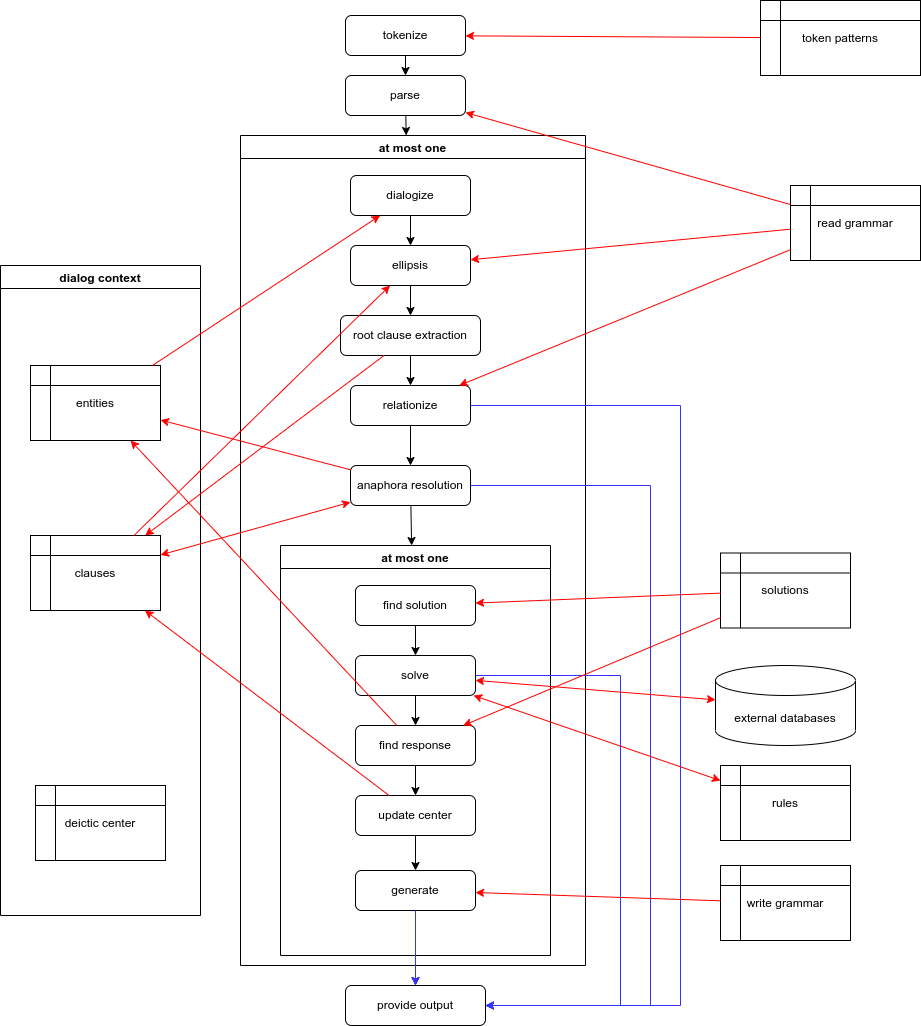
garfix/nli-go keeps this draw.io diagram as doc/diagram/system1.drawio.png. Above is the earlier version. Source tidied: cells renumbered, new cells last; positions are measured from the earlier drawing's top-left corner, leaving out a move shared by most shapes. The source it was exported from:
```xml
<mxGraphModel>
  <root>
    <mxCell id="0" />
    <mxCell id="1" parent="0" />
    <mxCell id="2" value="tokenize" style="rounded=1;whiteSpace=wrap;html=1;fontSize=12;glass=0;strokeWidth=1;shadow=0;" parent="1" vertex="1">
      <mxGeometry x="345" y="15" width="120" height="40" as="geometry" />
    </mxCell>
    <mxCell id="3" value="parse" style="rounded=1;whiteSpace=wrap;html=1;fontSize=12;glass=0;strokeWidth=1;shadow=0;" parent="1" vertex="1">
      <mxGeometry x="345" y="75" width="120" height="40" as="geometry" />
    </mxCell>
    <mxCell id="4" style="endArrow=classic;html=1;rounded=0;" parent="1" edge="1" source="2" target="3">
      <mxGeometry relative="1" as="geometry" />
    </mxCell>
    <mxCell id="5" value="at most one" style="swimlane;" parent="1" vertex="1">
      <mxGeometry x="240" y="135" width="345" height="830" as="geometry" />
    </mxCell>
    <mxCell id="6" value="dialogize" style="rounded=1;whiteSpace=wrap;html=1;fontSize=12;glass=0;strokeWidth=1;shadow=0;" parent="5" vertex="1">
      <mxGeometry x="110" y="40" width="120" height="40" as="geometry" />
    </mxCell>
    <mxCell id="7" value="ellipsis" style="rounded=1;whiteSpace=wrap;html=1;fontSize=12;glass=0;strokeWidth=1;shadow=0;" parent="5" vertex="1">
      <mxGeometry x="110" y="110" width="120" height="40" as="geometry" />
    </mxCell>
    <mxCell id="8" value="root clause extraction" style="rounded=1;whiteSpace=wrap;html=1;fontSize=12;glass=0;strokeWidth=1;shadow=0;" parent="5" vertex="1">
      <mxGeometry x="100" y="180" width="140" height="40" as="geometry" />
    </mxCell>
    <mxCell id="9" style="endArrow=classic;html=1;rounded=0;" parent="5" edge="1" source="6" target="7">
      <mxGeometry relative="1" as="geometry" />
    </mxCell>
    <mxCell id="10" style="endArrow=classic;html=1;rounded=0;" parent="5" edge="1" source="7" target="8">
      <mxGeometry relative="1" as="geometry" />
    </mxCell>
    <mxCell id="11" value="relationize" style="rounded=1;whiteSpace=wrap;html=1;" parent="5" vertex="1">
      <mxGeometry x="110" y="250" width="120" height="40" as="geometry" />
    </mxCell>
    <mxCell id="12" style="endArrow=classic;html=1;rounded=0;" parent="5" edge="1" source="8" target="11">
      <mxGeometry relative="1" as="geometry" />
    </mxCell>
    <mxCell id="13" value="anaphora resolution" style="rounded=1;whiteSpace=wrap;html=1;" parent="5" vertex="1">
      <mxGeometry x="110" y="330" width="120" height="40" as="geometry" />
    </mxCell>
    <mxCell id="14" style="endArrow=classic;html=1;rounded=0;" parent="5" edge="1" source="11" target="13">
      <mxGeometry relative="1" as="geometry" />
    </mxCell>
    <mxCell id="15" value="at most one" style="swimlane;" parent="5" vertex="1">
      <mxGeometry x="40" y="410" width="270" height="410" as="geometry" />
    </mxCell>
    <mxCell id="16" value="find solution" style="rounded=1;whiteSpace=wrap;html=1;" parent="15" vertex="1">
      <mxGeometry x="75" y="40" width="120" height="40" as="geometry" />
    </mxCell>
    <mxCell id="17" value="solve" style="rounded=1;whiteSpace=wrap;html=1;" parent="15" vertex="1">
      <mxGeometry x="75" y="110" width="120" height="40" as="geometry" />
    </mxCell>
    <mxCell id="18" style="endArrow=classic;html=1;rounded=0;" parent="15" edge="1" source="16" target="17">
      <mxGeometry relative="1" as="geometry" />
    </mxCell>
    <mxCell id="19" value="find response" style="rounded=1;whiteSpace=wrap;html=1;" parent="15" vertex="1">
      <mxGeometry x="75" y="180" width="120" height="40" as="geometry" />
    </mxCell>
    <mxCell id="20" value="generate" style="rounded=1;whiteSpace=wrap;html=1;" parent="15" vertex="1">
      <mxGeometry x="75" y="325" width="120" height="40" as="geometry" />
    </mxCell>
    <mxCell id="21" style="endArrow=classic;html=1;rounded=0;" parent="15" edge="1" source="17" target="19">
      <mxGeometry relative="1" as="geometry" />
    </mxCell>
    <mxCell id="22" style="endArrow=classic;html=1;rounded=0;" parent="15" edge="1" source="23" target="20">
      <mxGeometry relative="1" as="geometry" />
    </mxCell>
    <mxCell id="23" value="update center" style="rounded=1;whiteSpace=wrap;html=1;" parent="15" vertex="1">
      <mxGeometry x="75" y="250" width="120" height="40" as="geometry" />
    </mxCell>
    <mxCell id="24" style="endArrow=classic;html=1;rounded=0;entryX=0.5;entryY=0;entryDx=0;entryDy=0;" parent="15" edge="1" source="19" target="23">
      <mxGeometry relative="1" as="geometry" />
    </mxCell>
    <mxCell id="25" style="endArrow=classic;html=1;rounded=0;" parent="5" edge="1" source="13" target="15">
      <mxGeometry relative="1" as="geometry" />
    </mxCell>
    <mxCell id="26" style="endArrow=classic;html=1;rounded=0;" parent="1" edge="1" source="3" target="5">
      <mxGeometry relative="1" as="geometry" />
    </mxCell>
    <mxCell id="27" value="provide output" style="rounded=1;whiteSpace=wrap;html=1;fontSize=12;glass=0;strokeWidth=1;shadow=0;" parent="1" vertex="1">
      <mxGeometry x="345" y="985" width="140" height="40" as="geometry" />
    </mxCell>
    <mxCell id="28" style="edgeStyle=elbowEdgeStyle;elbow=horizontal;endArrow=classic;html=1;rounded=0;strokeColor=#3333FF;" parent="1" edge="1" source="11" target="27">
      <mxGeometry relative="1" as="geometry">
        <Array as="points">
          <mxPoint x="680" y="715" />
        </Array>
      </mxGeometry>
    </mxCell>
    <mxCell id="29" style="edgeStyle=elbowEdgeStyle;elbow=horizontal;endArrow=classic;html=1;rounded=0;strokeColor=#3333FF;" parent="1" edge="1" source="13" target="27">
      <mxGeometry relative="1" as="geometry">
        <Array as="points">
          <mxPoint x="650" y="765" />
        </Array>
      </mxGeometry>
    </mxCell>
    <mxCell id="30" style="endArrow=classic;html=1;rounded=0;" parent="1" edge="1" target="27">
      <mxGeometry relative="1" as="geometry">
        <mxPoint x="415" y="945" as="sourcePoint" />
      </mxGeometry>
    </mxCell>
    <mxCell id="31" style="edgeStyle=orthogonalEdgeStyle;rounded=0;jettySize=auto;html=1;strokeColor=#3333FF;" parent="1" edge="1" source="20" target="27">
      <mxGeometry relative="1" as="geometry" />
    </mxCell>
    <mxCell id="32" style="edgeStyle=elbowEdgeStyle;elbow=horizontal;endArrow=classic;html=1;rounded=0;strokeColor=#3333FF;" parent="1" edge="1" source="17" target="27">
      <mxGeometry relative="1" as="geometry">
        <Array as="points">
          <mxPoint x="620" y="855" />
        </Array>
      </mxGeometry>
    </mxCell>
    <mxCell id="33" value="external databases" style="shape=cylinder3;whiteSpace=wrap;html=1;boundedLbl=1;backgroundOutline=1;size=15;" parent="1" vertex="1">
      <mxGeometry x="715" y="665" width="140" height="80" as="geometry" />
    </mxCell>
    <mxCell id="34" style="endArrow=classic;startArrow=classic;html=1;rounded=0;strokeColor=#FF0000;" parent="1" edge="1" source="33" target="17">
      <mxGeometry relative="1" as="geometry" />
    </mxCell>
    <mxCell id="35" value="solutions" style="shape=internalStorage;whiteSpace=wrap;html=1;backgroundOutline=1;" parent="1" vertex="1">
      <mxGeometry x="720" y="552.5" width="130" height="75" as="geometry" />
    </mxCell>
    <mxCell id="36" style="endArrow=classic;html=1;rounded=0;strokeColor=#FF0000;" parent="1" edge="1" source="35" target="16">
      <mxGeometry relative="1" as="geometry" />
    </mxCell>
    <mxCell id="37" style="endArrow=classic;html=1;rounded=0;strokeColor=#FF0000;" parent="1" edge="1" source="35" target="19">
      <mxGeometry relative="1" as="geometry" />
    </mxCell>
    <mxCell id="38" value="dialog context" style="swimlane;" parent="1" vertex="1">
      <mxGeometry y="265" width="200" height="650" as="geometry" />
    </mxCell>
    <mxCell id="39" value="clauses" style="shape=internalStorage;whiteSpace=wrap;html=1;backgroundOutline=1;" parent="38" vertex="1">
      <mxGeometry x="30" y="270" width="130" height="75" as="geometry" />
    </mxCell>
    <mxCell id="40" value="entities" style="shape=internalStorage;whiteSpace=wrap;html=1;backgroundOutline=1;" parent="38" vertex="1">
      <mxGeometry x="30" y="100" width="130" height="75" as="geometry" />
    </mxCell>
    <mxCell id="41" value="deictic center" style="shape=internalStorage;whiteSpace=wrap;html=1;backgroundOutline=1;" parent="38" vertex="1">
      <mxGeometry x="35" y="520" width="130" height="75" as="geometry" />
    </mxCell>
    <mxCell id="42" style="endArrow=classic;html=1;rounded=0;strokeColor=#FF0000;" parent="1" edge="1" source="8" target="39">
      <mxGeometry relative="1" as="geometry" />
    </mxCell>
    <mxCell id="43" style="endArrow=classic;startArrow=classic;html=1;rounded=0;strokeColor=#FF0000;" parent="1" edge="1" source="13" target="39">
      <mxGeometry relative="1" as="geometry" />
    </mxCell>
    <mxCell id="44" value="write grammar" style="shape=internalStorage;whiteSpace=wrap;html=1;backgroundOutline=1;" parent="1" vertex="1">
      <mxGeometry x="720" y="865" width="130" height="75" as="geometry" />
    </mxCell>
    <mxCell id="45" style="endArrow=classic;html=1;rounded=0;strokeColor=#FF0000;" parent="1" edge="1" source="44" target="20">
      <mxGeometry relative="1" as="geometry" />
    </mxCell>
    <mxCell id="46" value="read grammar" style="shape=internalStorage;whiteSpace=wrap;html=1;backgroundOutline=1;" parent="1" vertex="1">
      <mxGeometry x="790" y="185" width="130" height="75" as="geometry" />
    </mxCell>
    <mxCell id="47" style="endArrow=classic;html=1;rounded=0;strokeColor=#FF0000;" parent="1" edge="1" source="46" target="3">
      <mxGeometry relative="1" as="geometry" />
    </mxCell>
    <mxCell id="48" value="token patterns" style="shape=internalStorage;whiteSpace=wrap;html=1;backgroundOutline=1;" parent="1" vertex="1">
      <mxGeometry x="760" width="160" height="75" as="geometry" />
    </mxCell>
    <mxCell id="49" style="endArrow=classic;html=1;rounded=0;strokeColor=#FF0000;" parent="1" edge="1" source="48" target="2">
      <mxGeometry relative="1" as="geometry" />
    </mxCell>
    <mxCell id="50" style="endArrow=classic;html=1;rounded=0;strokeColor=#FF0000;" parent="1" edge="1" source="46" target="7">
      <mxGeometry relative="1" as="geometry" />
    </mxCell>
    <mxCell id="51" style="endArrow=classic;html=1;rounded=0;strokeColor=#FF0000;" parent="1" edge="1" source="46" target="11">
      <mxGeometry relative="1" as="geometry" />
    </mxCell>
    <mxCell id="52" style="endArrow=classic;html=1;rounded=0;strokeColor=#FF0000;" parent="1" edge="1" source="13" target="40">
      <mxGeometry relative="1" as="geometry" />
    </mxCell>
    <mxCell id="53" style="endArrow=classic;html=1;rounded=0;strokeColor=#FF0000;" parent="1" edge="1" source="23" target="39">
      <mxGeometry relative="1" as="geometry" />
    </mxCell>
    <mxCell id="54" style="endArrow=classic;html=1;rounded=0;strokeColor=#FF0000;" parent="1" edge="1" source="39" target="7">
      <mxGeometry relative="1" as="geometry" />
    </mxCell>
    <mxCell id="55" style="endArrow=classic;html=1;rounded=0;strokeColor=#FF0000;" parent="1" edge="1" source="40" target="6">
      <mxGeometry relative="1" as="geometry" />
    </mxCell>
    <mxCell id="56" style="endArrow=classic;html=1;rounded=0;strokeColor=#FF0000;" parent="1" edge="1" source="19" target="40">
      <mxGeometry relative="1" as="geometry" />
    </mxCell>
    <mxCell id="57" value="rules" style="shape=internalStorage;whiteSpace=wrap;html=1;backgroundOutline=1;" parent="1" vertex="1">
      <mxGeometry x="720" y="765" width="130" height="75" as="geometry" />
    </mxCell>
    <mxCell id="58" style="endArrow=classic;startArrow=classic;html=1;rounded=0;strokeColor=#FF0000;" parent="1" edge="1" source="57" target="17">
      <mxGeometry relative="1" as="geometry" />
    </mxCell>
  </root>
</mxGraphModel>
```
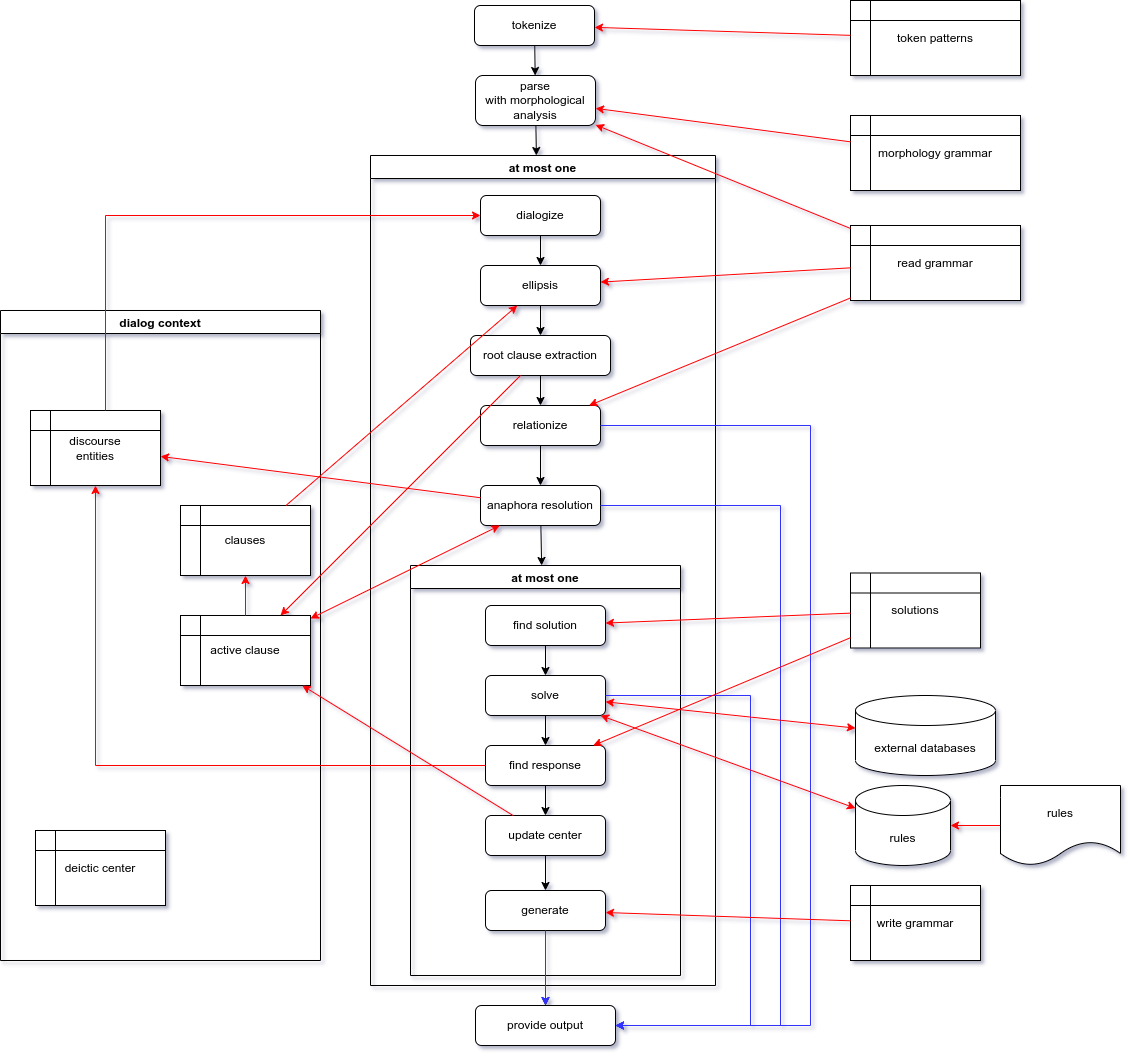
After the commit.

Commit message:
stop writing to the dialog entities while processing the sentence! (it's possible :)

Diff of the diagram source:
```diff
@@ -1,12 +1,12 @@
-<mxGraphModel>
+<mxGraphModel shadow="1">
   <root>
     <mxCell id="0" />
     <mxCell id="1" parent="0" />
     <mxCell id="2" value="tokenize" style="rounded=1;whiteSpace=wrap;html=1;fontSize=12;glass=0;strokeWidth=1;shadow=0;" parent="1" vertex="1">
-      <mxGeometry x="345" y="15" width="120" height="40" as="geometry" />
+      <mxGeometry x="344" y="-15" width="120" height="40" as="geometry" />
     </mxCell>
-    <mxCell id="3" value="parse" style="rounded=1;whiteSpace=wrap;html=1;fontSize=12;glass=0;strokeWidth=1;shadow=0;" parent="1" vertex="1">
-      <mxGeometry x="345" y="75" width="120" height="40" as="geometry" />
+    <mxCell id="3" value="parse&lt;br&gt;with morphological&lt;br&gt;analysis" style="rounded=1;whiteSpace=wrap;html=1;fontSize=12;glass=0;strokeWidth=1;shadow=0;" parent="1" vertex="1">
+      <mxGeometry x="345" y="55" width="120" height="50" as="geometry" />
     </mxCell>
     <mxCell id="4" style="endArrow=classic;html=1;rounded=0;" parent="1" edge="1" source="2" target="3">
       <mxGeometry relative="1" as="geometry" />
@@ -109,8 +109,8 @@
         </Array>
       </mxGeometry>
     </mxCell>
-    <mxCell id="33" value="external databases" style="shape=cylinder3;whiteSpace=wrap;html=1;boundedLbl=1;backgroundOutline=1;size=15;" parent="1" vertex="1">
-      <mxGeometry x="715" y="665" width="140" height="80" as="geometry" />
+    <mxCell id="33" value="rules" style="shape=cylinder3;whiteSpace=wrap;html=1;boundedLbl=1;backgroundOutline=1;size=15;" parent="1" vertex="1">
+      <mxGeometry x="725" y="765" width="95" height="80" as="geometry" />
     </mxCell>
     <mxCell id="34" style="endArrow=classic;startArrow=classic;html=1;rounded=0;strokeColor=#FF0000;" parent="1" edge="1" source="33" target="17">
       <mxGeometry relative="1" as="geometry" />
@@ -125,21 +125,27 @@
       <mxGeometry relative="1" as="geometry" />
     </mxCell>
     <mxCell id="38" value="dialog context" style="swimlane;" parent="1" vertex="1">
-      <mxGeometry y="265" width="200" height="650" as="geometry" />
+      <mxGeometry x="-130" y="290" width="320" height="650" as="geometry" />
     </mxCell>
-    <mxCell id="39" value="clauses" style="shape=internalStorage;whiteSpace=wrap;html=1;backgroundOutline=1;" parent="38" vertex="1">
-      <mxGeometry x="30" y="270" width="130" height="75" as="geometry" />
-    </mxCell>
-    <mxCell id="40" value="entities" style="shape=internalStorage;whiteSpace=wrap;html=1;backgroundOutline=1;" parent="38" vertex="1">
+    <mxCell id="40" value="discourse&lt;br&gt;entities" style="shape=internalStorage;whiteSpace=wrap;html=1;backgroundOutline=1;" parent="38" vertex="1">
       <mxGeometry x="30" y="100" width="130" height="75" as="geometry" />
     </mxCell>
     <mxCell id="41" value="deictic center" style="shape=internalStorage;whiteSpace=wrap;html=1;backgroundOutline=1;" parent="38" vertex="1">
       <mxGeometry x="35" y="520" width="130" height="75" as="geometry" />
     </mxCell>
+    <mxCell id="59" value="active clause" style="shape=internalStorage;whiteSpace=wrap;html=1;backgroundOutline=1;" parent="38" vertex="1">
+      <mxGeometry x="180" y="305" width="130" height="70" as="geometry" />
+    </mxCell>
+    <mxCell id="39" value="clauses" style="shape=internalStorage;whiteSpace=wrap;html=1;backgroundOutline=1;" parent="38" vertex="1">
+      <mxGeometry x="180" y="195" width="130" height="70" as="geometry" />
+    </mxCell>
+    <mxCell id="60" style="edgeStyle=none;rounded=0;jettySize=auto;html=1;strokeColor=#FF0000;" parent="38" edge="1" source="59" target="39">
+      <mxGeometry relative="1" as="geometry" />
+    </mxCell>
-    <mxCell id="42" style="endArrow=classic;html=1;rounded=0;strokeColor=#FF0000;" parent="1" edge="1" source="8" target="39">
+    <mxCell id="42" style="endArrow=classic;html=1;rounded=0;strokeColor=#FF0000;" parent="1" edge="1" source="8" target="59">
       <mxGeometry relative="1" as="geometry" />
     </mxCell>
-    <mxCell id="43" style="endArrow=classic;startArrow=classic;html=1;rounded=0;strokeColor=#FF0000;" parent="1" edge="1" source="13" target="39">
+    <mxCell id="43" style="endArrow=classic;startArrow=classic;html=1;rounded=0;strokeColor=#FF0000;" parent="1" edge="1" source="13" target="59">
       <mxGeometry relative="1" as="geometry" />
     </mxCell>
     <mxCell id="44" value="write grammar" style="shape=internalStorage;whiteSpace=wrap;html=1;backgroundOutline=1;" parent="1" vertex="1">
@@ -149,13 +155,13 @@
       <mxGeometry relative="1" as="geometry" />
     </mxCell>
     <mxCell id="46" value="read grammar" style="shape=internalStorage;whiteSpace=wrap;html=1;backgroundOutline=1;" parent="1" vertex="1">
-      <mxGeometry x="790" y="185" width="130" height="75" as="geometry" />
+      <mxGeometry x="720" y="205" width="170" height="75" as="geometry" />
     </mxCell>
     <mxCell id="47" style="endArrow=classic;html=1;rounded=0;strokeColor=#FF0000;" parent="1" edge="1" source="46" target="3">
       <mxGeometry relative="1" as="geometry" />
     </mxCell>
     <mxCell id="48" value="token patterns" style="shape=internalStorage;whiteSpace=wrap;html=1;backgroundOutline=1;" parent="1" vertex="1">
-      <mxGeometry x="760" width="160" height="75" as="geometry" />
+      <mxGeometry x="720" y="-20" width="170" height="75" as="geometry" />
     </mxCell>
     <mxCell id="49" style="endArrow=classic;html=1;rounded=0;strokeColor=#FF0000;" parent="1" edge="1" source="48" target="2">
       <mxGeometry relative="1" as="geometry" />
@@ -169,23 +175,39 @@
     <mxCell id="52" style="endArrow=classic;html=1;rounded=0;strokeColor=#FF0000;" parent="1" edge="1" source="13" target="40">
       <mxGeometry relative="1" as="geometry" />
     </mxCell>
-    <mxCell id="53" style="endArrow=classic;html=1;rounded=0;strokeColor=#FF0000;" parent="1" edge="1" source="23" target="39">
+    <mxCell id="53" style="endArrow=classic;html=1;rounded=0;strokeColor=#FF0000;" parent="1" edge="1" source="23" target="59">
       <mxGeometry relative="1" as="geometry" />
     </mxCell>
     <mxCell id="54" style="endArrow=classic;html=1;rounded=0;strokeColor=#FF0000;" parent="1" edge="1" source="39" target="7">
       <mxGeometry relative="1" as="geometry" />
     </mxCell>
-    <mxCell id="55" style="endArrow=classic;html=1;rounded=0;strokeColor=#FF0000;" parent="1" edge="1" source="40" target="6">
-      <mxGeometry relative="1" as="geometry" />
+    <mxCell id="55" style="endArrow=classic;html=1;rounded=0;strokeColor=#FF0000;edgeStyle=orthogonalEdgeStyle;" parent="1" edge="1" source="40" target="6">
+      <mxGeometry relative="1" as="geometry">
+        <Array as="points">
+          <mxPoint x="-25" y="195" />
+        </Array>
+      </mxGeometry>
     </mxCell>
+    <mxCell id="61" value="external databases" style="shape=cylinder3;whiteSpace=wrap;html=1;boundedLbl=1;backgroundOutline=1;size=15;" parent="1" vertex="1">
+      <mxGeometry x="725" y="675" width="140" height="80" as="geometry" />
+    </mxCell>
+    <mxCell id="62" style="endArrow=classic;html=1;rounded=0;strokeColor=#FF0000;" parent="1" edge="1" source="57" target="33">
+      <mxGeometry relative="1" as="geometry" />
+    </mxCell>
+    <mxCell id="63" style="endArrow=classic;startArrow=classic;html=1;rounded=0;strokeColor=#FF0000;" parent="1" edge="1" source="61" target="17">
+      <mxGeometry relative="1" as="geometry" />
+    </mxCell>
+    <mxCell id="57" value="rules" style="shape=document;whiteSpace=wrap;html=1;boundedLbl=1;" parent="1" vertex="1">
+      <mxGeometry x="870" y="765" width="120" height="80" as="geometry" />
+    </mxCell>
-    <mxCell id="56" style="endArrow=classic;html=1;rounded=0;strokeColor=#FF0000;" parent="1" edge="1" source="19" target="40">
+    <mxCell id="56" style="endArrow=classic;html=1;rounded=0;strokeColor=#FF0000;edgeStyle=orthogonalEdgeStyle;" parent="1" edge="1" source="19" target="40">
       <mxGeometry relative="1" as="geometry" />
     </mxCell>
-    <mxCell id="57" value="rules" style="shape=internalStorage;whiteSpace=wrap;html=1;backgroundOutline=1;" parent="1" vertex="1">
-      <mxGeometry x="720" y="765" width="130" height="75" as="geometry" />
-    </mxCell>
-    <mxCell id="58" style="endArrow=classic;startArrow=classic;html=1;rounded=0;strokeColor=#FF0000;" parent="1" edge="1" source="57" target="17">
-      <mxGeometry relative="1" as="geometry" />
-    </mxCell>
+    <mxCell id="64" value="morphology grammar" style="shape=internalStorage;whiteSpace=wrap;html=1;backgroundOutline=1;" parent="1" vertex="1">
+      <mxGeometry x="720" y="95" width="170" height="75" as="geometry" />
+    </mxCell>
+    <mxCell id="65" style="endArrow=classic;html=1;rounded=0;strokeColor=#FF0000;" parent="1" edge="1" source="64" target="3">
+      <mxGeometry relative="1" as="geometry" />
+    </mxCell>
   </root>
 </mxGraphModel>
```
